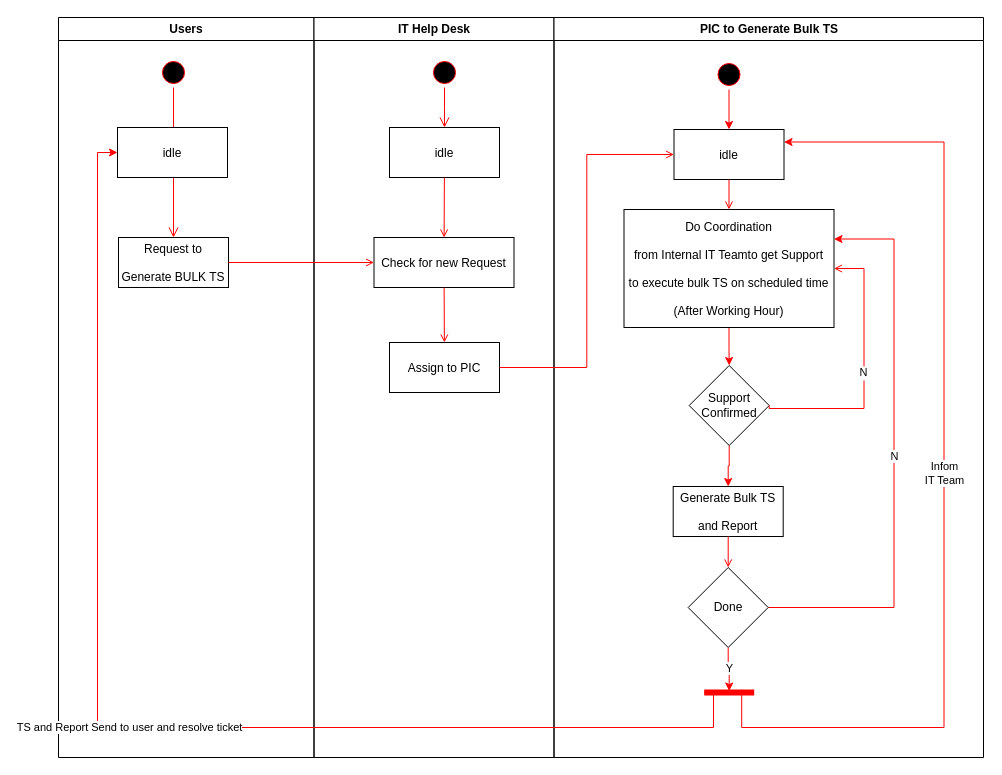
Before: hos-activity.drawio in gustianom/datapool, a draw.io diagram. Source tidied: cells renumbered, new cells numbered last; positions are measured from the earlier drawing's top-left corner, leaving out a move shared by most shapes. Both pictures are drawn from the tidied source at 100%, with x=0, y=0 at pixel (58, 17).
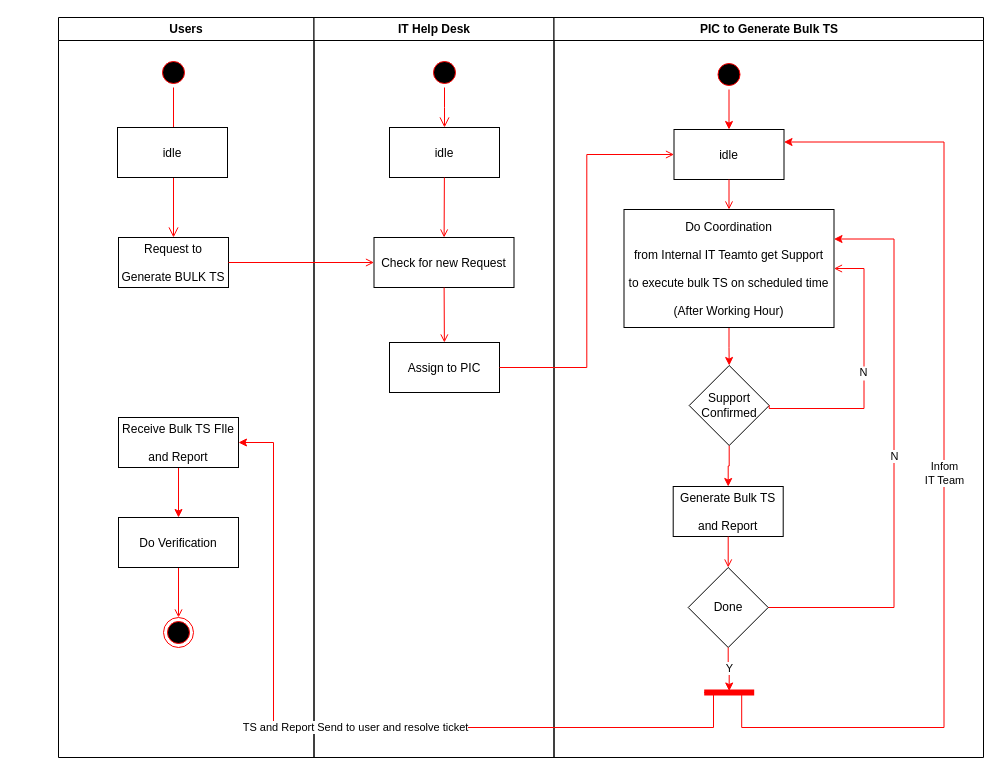
The same diagram, later.

Unchanged cells that the change refers to:
```xml
<mxCell id="2" value="Users" style="swimlane;whiteSpace=wrap;" parent="1" vertex="1">
  <mxGeometry width="255.5" height="740" as="geometry" />
</mxCell>
<mxCell id="6" value="idle" parent="2" vertex="1">
  <mxGeometry x="59" y="110" width="110" height="50" as="geometry" />
</mxCell>
<mxCell id="30" style="shape=line;strokeWidth=6;strokeColor=#ff0000;rotation=0;" parent="15" vertex="1">
  <mxGeometry x="150.2" y="670" width="50" height="10" as="geometry" />
</mxCell>
```

Diff of the diagram source:
```diff
@@
+    <mxCell id="35" style="ellipse;shape=endState;fillColor=#000000;strokeColor=#ff0000;" parent="2" vertex="1">
+      <mxGeometry x="105" y="600" width="30" height="30" as="geometry" />
+    </mxCell>
+    <mxCell id="36" style="endArrow=open;strokeColor=#FF0000;endFill=1;rounded=0;exitX=0.5;exitY=1;exitDx=0;exitDy=0;" parent="2" edge="1" source="39" target="35">
+      <mxGeometry relative="1" as="geometry" />
+    </mxCell>
+    <mxCell id="37" style="edgeStyle=orthogonalEdgeStyle;rounded=0;jettySize=auto;html=1;strokeColor=#FF0000;" parent="2" edge="1" source="38" target="39">
+      <mxGeometry relative="1" as="geometry" />
+    </mxCell>
+    <mxCell id="38" value="Receive Bulk TS FIle &#10;&#10;and Report" parent="2" vertex="1">
+      <mxGeometry x="60" y="400" width="120" height="50" as="geometry" />
+    </mxCell>
+    <mxCell id="39" value="Do Verification" parent="2" vertex="1">
+      <mxGeometry x="60" y="500" width="120" height="50" as="geometry" />
+    </mxCell>
@@
-    <mxCell id="34" value="TS and Report Send to user and resolve ticket" style="edgeStyle=orthogonalEdgeStyle;rounded=0;jettySize=auto;html=1;exitX=0;exitY=0.5;exitDx=0;exitDy=0;exitPerimeter=0;strokeColor=#FF0000;entryX=0;entryY=0.5;entryDx=0;entryDy=0;" parent="1" edge="1" source="30" target="6">
+    <mxCell id="34" value="TS and Report Send to user and resolve ticket" style="edgeStyle=orthogonalEdgeStyle;rounded=0;jettySize=auto;html=1;exitX=0;exitY=0.5;exitDx=0;exitDy=0;exitPerimeter=0;strokeColor=#FF0000;entryX=1;entryY=0.5;entryDx=0;entryDy=0;" parent="1" edge="1" source="30" target="38">
       <mxGeometry relative="1" as="geometry">
         <Array as="points">
           <mxPoint x="655" y="675" />
           <mxPoint x="655" y="710" />
-          <mxPoint x="39" y="710" />
-          <mxPoint x="39" y="135" />
+          <mxPoint x="215" y="710" />
+          <mxPoint x="215" y="425" />
         </Array>
       </mxGeometry>
     </mxCell>
```
